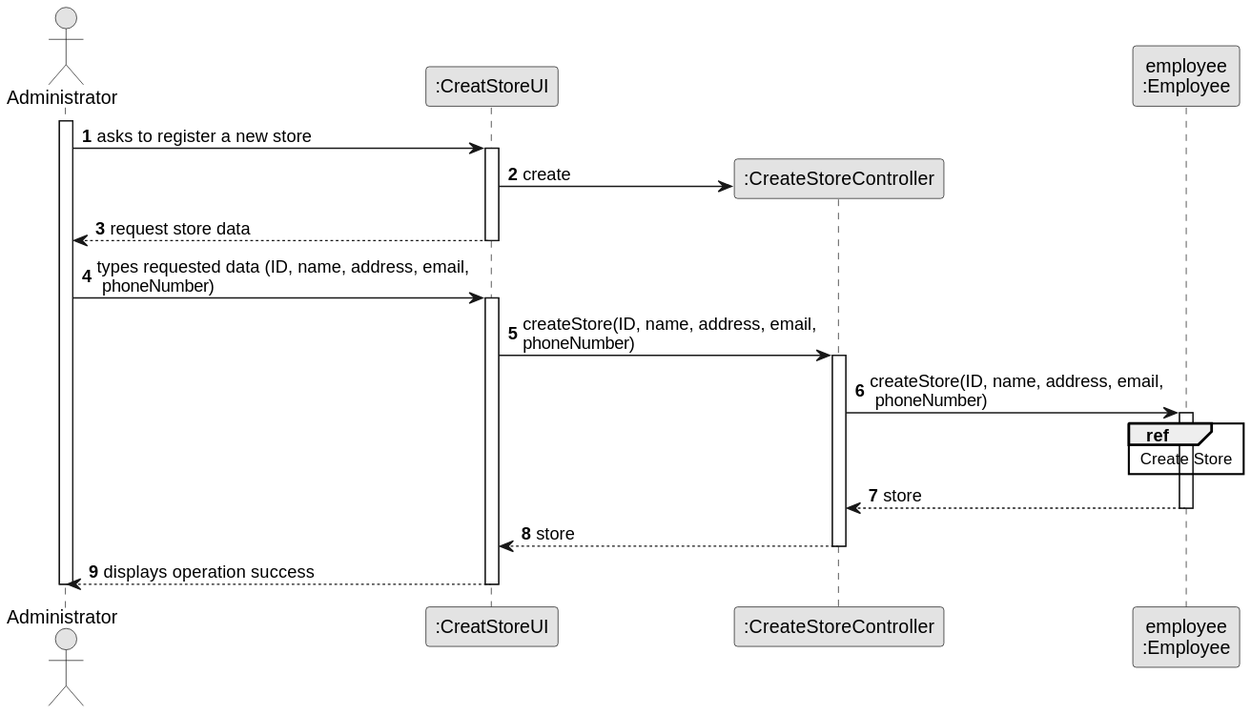
Above: docs/sprintD/us005/03.design/svg/us005-sequence-diagram-split.svg in Shushizinho/RealEstateUSASystem (PlantUML), before the change. Its diagram source:
```plantuml
@startuml
skinparam monochrome true
skinparam packageStyle rectangle
skinparam shadowing false

autonumber

actor "Administrator" as ADM
participant ":CreatStoreUI" as UI
participant ":CreateStoreController" as CTRL
participant "employee\n:Employee" as REP

activate ADM

    ADM -> UI : asks to register a new store

    activate UI

        UI -> CTRL** : create

            UI --> ADM : request store data

        deactivate UI


    ADM -> UI : types requested data (ID, name, address, email,\n phoneNumber)
    activate UI

        UI -> CTRL : createStore(ID, name, address, email,\nphoneNumber)
        activate CTRL



            CTRL -> REP: createStore(ID, name, address, email,\n phoneNumber)
            activate REP

                ref over REP
                    Create Store
                end

                REP --> CTRL : store
            deactivate REP

            CTRL --> UI: store
            deactivate CTRL
            UI --> ADM: displays operation success
    deactivate UI

deactivate ADM
@enduml
```
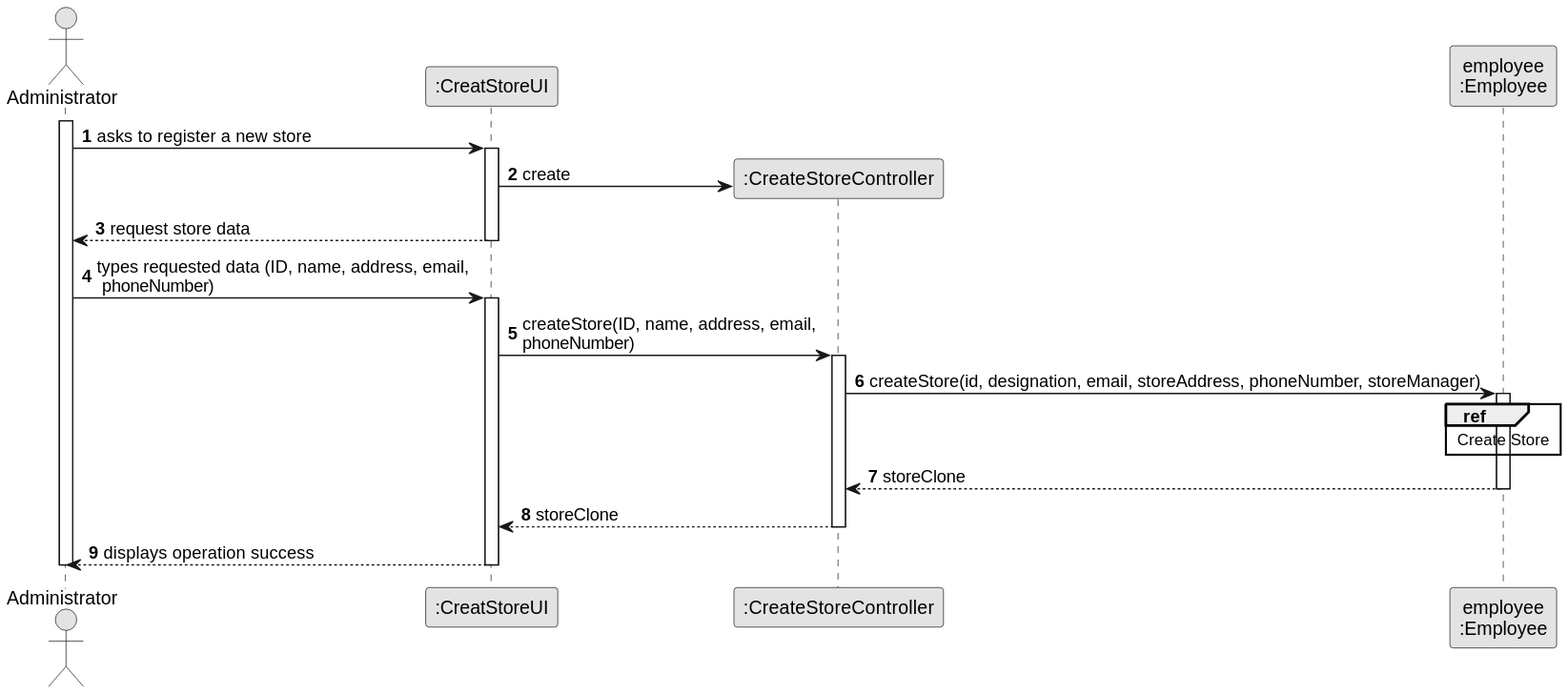
The same file after the commit.

Commit message:
update US5 UI, Rep and SD (As a system administrator, I want to register a store.)

Diff of the diagram source:
```diff
@@ -31,17 +31,17 @@
 
 
 
-            CTRL -> REP: createStore(ID, name, address, email,\n phoneNumber)
+            CTRL -> REP: createStore(id, designation, email, storeAddress, phoneNumber, storeManager)
             activate REP
 
                 ref over REP
                     Create Store
                 end
 
-                REP --> CTRL : store
+                REP --> CTRL : storeClone
             deactivate REP
 
-            CTRL --> UI: store
+            CTRL --> UI: storeClone
             deactivate CTRL
             UI --> ADM: displays operation success
     deactivate UI
```
